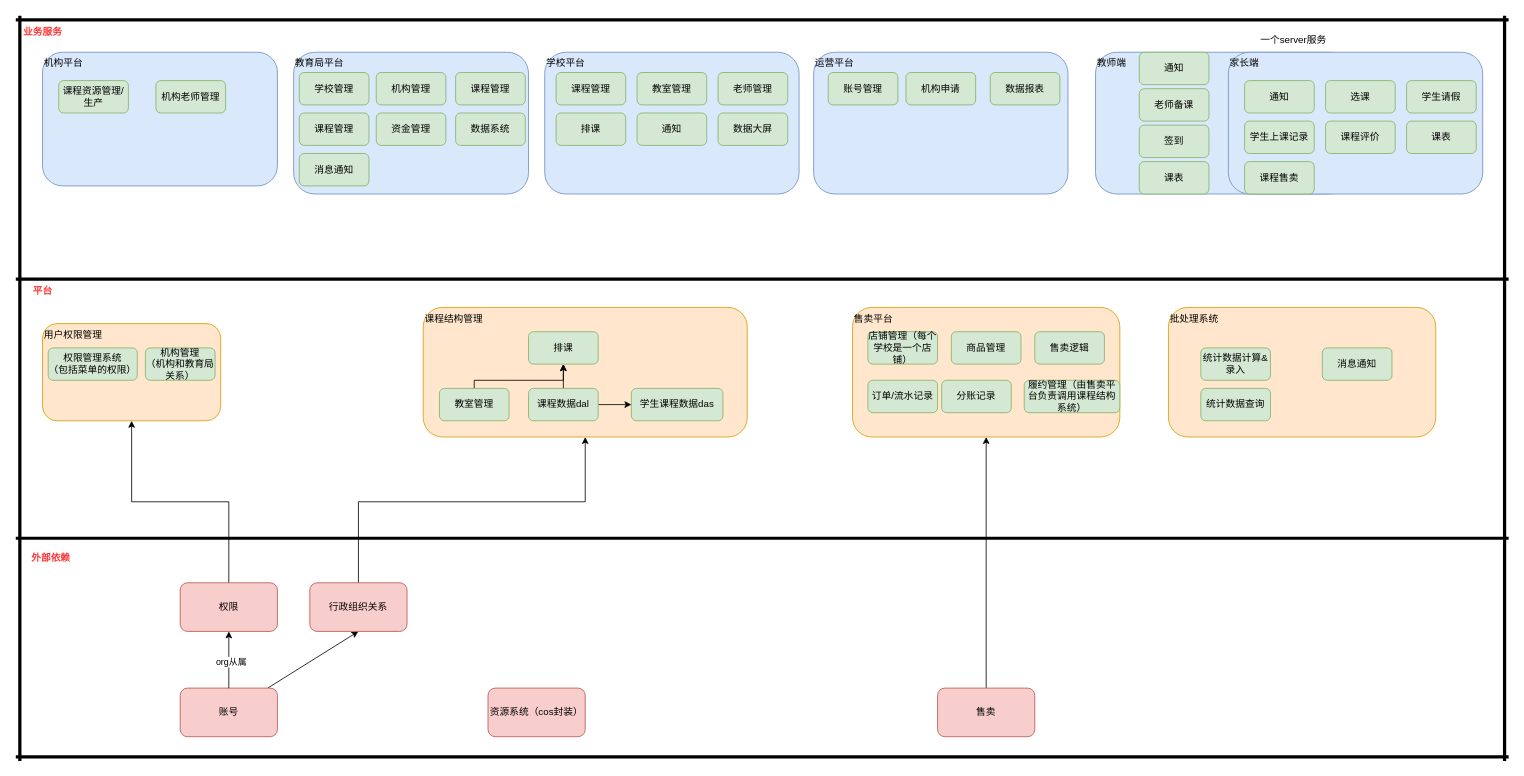
Earlier version of the draw.io diagram 330-组织架构.drawio (wgyuuu/flow_chart). Source tidied: cells renumbered, new cells numbered last; positions are measured from the earlier drawing's top-left corner, leaving out a move shared by most shapes. Both pictures are drawn from the tidied source at 81%, with x=0, y=0 at pixel (15, 15).
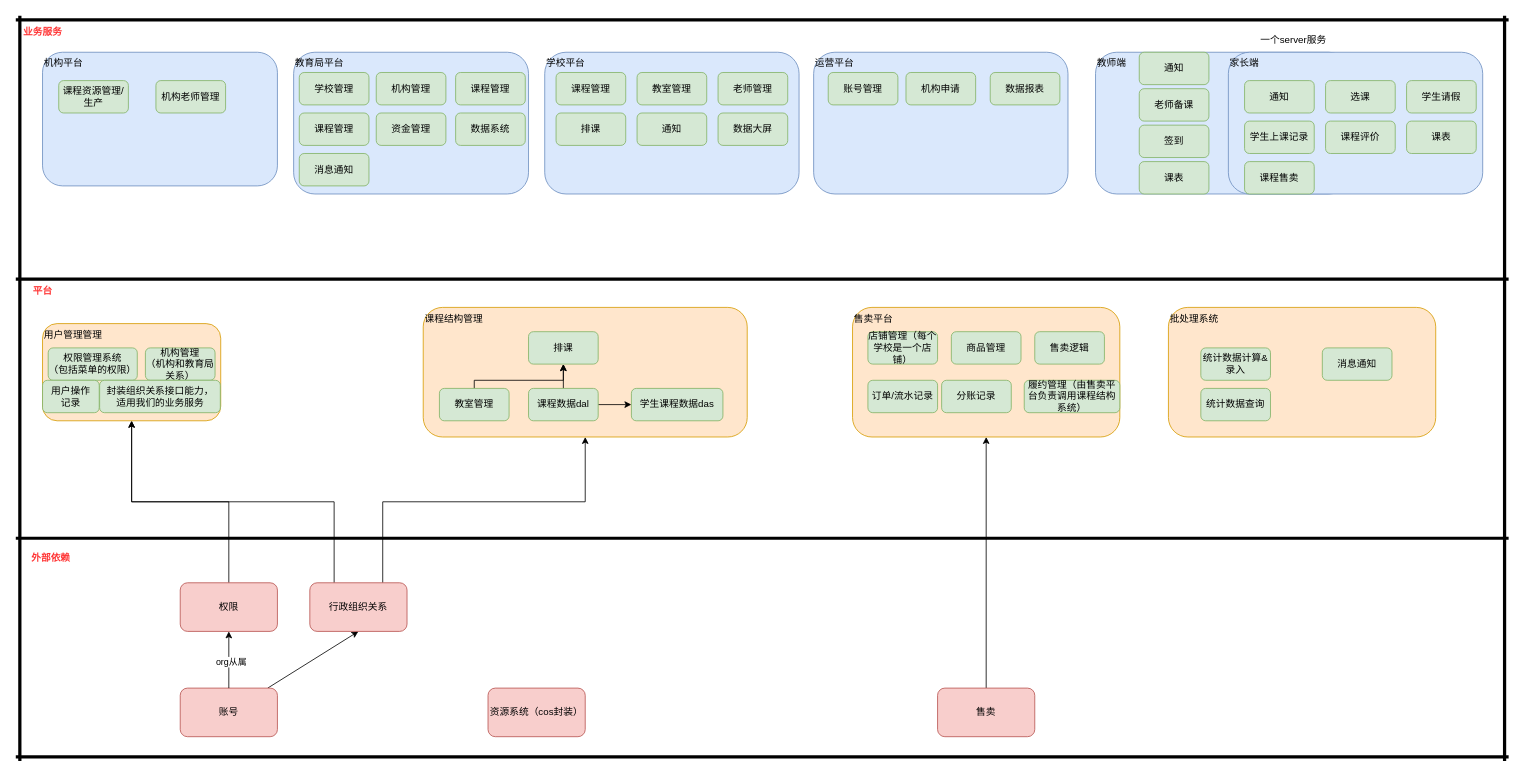
The same page after the edit.

Unchanged cells that the change refers to:
```xml
<mxCell id="7" value="行政组织关系" style="rounded=1;whiteSpace=wrap;html=1;fillColor=#f8cecc;strokeColor=#b85450;" parent="1" vertex="1">
  <mxGeometry x="363" y="700" width="120" height="60" as="geometry" />
</mxCell>
<mxCell id="11" value="课程结构管理" style="rounded=1;whiteSpace=wrap;html=1;verticalAlign=top;align=left;fillColor=#ffe6cc;strokeColor=#d79b00;" parent="1" vertex="1">
  <mxGeometry x="503" y="360" width="400" height="160" as="geometry" />
</mxCell>
```

What changed in the source:
```diff
@@
     <mxCell id="6" style="edgeStyle=orthogonalEdgeStyle;rounded=0;jettySize=auto;html=1;entryX=0.5;entryY=1;entryDx=0;entryDy=0;" parent="1" edge="1" source="7" target="11">
       <mxGeometry relative="1" as="geometry">
         <Array as="points">
-          <mxPoint x="423" y="600" />
+          <mxPoint x="453" y="600" />
           <mxPoint x="703" y="600" />
         </Array>
       </mxGeometry>
     </mxCell>
+    <mxCell id="80" style="edgeStyle=orthogonalEdgeStyle;rounded=0;jettySize=auto;html=1;entryX=0.5;entryY=1;entryDx=0;entryDy=0;" parent="1" edge="1" source="7" target="10">
+      <mxGeometry relative="1" as="geometry">
+        <Array as="points">
+          <mxPoint x="393" y="600" />
+          <mxPoint x="143" y="600" />
+        </Array>
+      </mxGeometry>
+    </mxCell>
@@
-    <mxCell id="10" value="用户权限管理" style="rounded=1;whiteSpace=wrap;html=1;verticalAlign=top;align=left;fillColor=#ffe6cc;strokeColor=#d79b00;" parent="1" vertex="1">
+    <mxCell id="10" value="用户管理管理" style="rounded=1;whiteSpace=wrap;html=1;verticalAlign=top;align=left;fillColor=#ffe6cc;strokeColor=#d79b00;" parent="1" vertex="1">
       <mxGeometry x="33" y="380" width="220" height="120" as="geometry" />
     </mxCell>
@@
+    <mxCell id="81" value="用户操作&lt;br&gt;记录" style="rounded=1;whiteSpace=wrap;html=1;align=center;verticalAlign=middle;fillColor=#d5e8d4;strokeColor=#82b366;" parent="1" vertex="1">
+      <mxGeometry x="33" y="450" width="70" height="40" as="geometry" />
+    </mxCell>
+    <mxCell id="82" value="封装组织关系接口能力，&lt;br&gt;适用我们的业务服务" style="rounded=1;whiteSpace=wrap;html=1;align=center;verticalAlign=middle;fillColor=#d5e8d4;strokeColor=#82b366;" parent="1" vertex="1">
+      <mxGeometry x="103.5" y="450" width="149" height="40" as="geometry" />
+    </mxCell>
```
